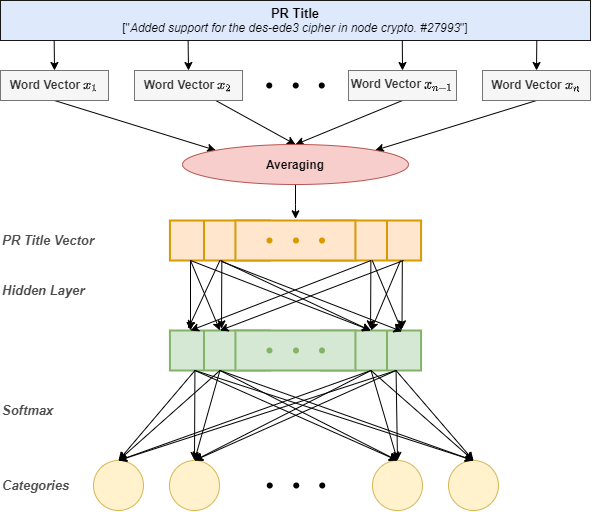
Earlier version of the draw.io export FastText.png (JasonZhu-WHU/Draw.io). Source tidied: cells renumbered, new cells last; positions are measured from the earlier drawing's top-left corner, leaving out a move shared by most shapes.
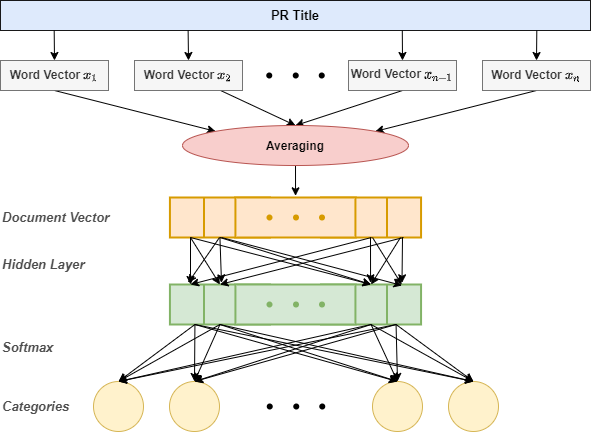
Above is the later version.

The edit, as a diff of the source:
```diff
@@ -2,8 +2,8 @@
   <root>
     <mxCell id="0" />
     <mxCell id="1" parent="0" />
-    <mxCell id="2" value="&lt;font style=&quot;font-size: 13px&quot;&gt;PR Title&lt;/font&gt;&lt;span style=&quot;font-weight: normal ; font-size: 5px&quot;&gt;&lt;font style=&quot;font-size: 5px&quot;&gt;&lt;br style=&quot;font-size: 5px&quot;&gt;&lt;span style=&quot;font-size: 5px&quot;&gt;[&quot;&lt;i&gt;Added support for the des-ede3 cipher in node crypto. #27993&lt;/i&gt;&quot;]&lt;/span&gt;&lt;/font&gt;&lt;/span&gt;" style="rounded=0;whiteSpace=wrap;html=1;opacity=90;fillColor=#dae8fc;fontSize=12;fontStyle=1;" parent="1" vertex="1">
-      <mxGeometry width="590" height="40" as="geometry" />
+    <mxCell id="2" value="&lt;font style=&quot;font-size: 13px&quot;&gt;PR Title&lt;/font&gt;" style="rounded=0;whiteSpace=wrap;html=1;opacity=90;fillColor=#dae8fc;fontSize=12;fontStyle=1;" parent="1" vertex="1">
+      <mxGeometry y="10" width="590" height="30" as="geometry" />
     </mxCell>
     <mxCell id="3" style="shape=waypoint;sketch=0;fillStyle=solid;size=6;fillColor=none;perimeter=centerPerimeter;" parent="1" vertex="1">
       <mxGeometry x="248.8" y="65" width="40" height="40" as="geometry" />
@@ -50,147 +50,148 @@
     <mxCell id="17" value="&lt;font style=&quot;font-size: 12px&quot;&gt;Word Vector&amp;nbsp;&lt;/font&gt;&lt;span style=&quot;color: rgb(0 , 0 , 0)&quot;&gt;`x_{n-1}`&lt;/span&gt;" style="rounded=0;whiteSpace=wrap;html=1;opacity=90;fillColor=#f5f5f5;fontSize=12;fontStyle=1;strokeColor=#666666;fontColor=#333333;" parent="1" vertex="1">
       <mxGeometry x="348" y="70" width="108" height="30" as="geometry" />
     </mxCell>
-    <mxCell id="18" style="edgeStyle=orthogonalEdgeStyle;rounded=0;jettySize=auto;html=1;entryX=0.501;entryY=-0.042;entryDx=0;entryDy=0;entryPerimeter=0;" parent="1" edge="1" source="19" target="22">
-      <mxGeometry relative="1" as="geometry" />
+    <mxCell id="18" style="edgeStyle=orthogonalEdgeStyle;rounded=0;jettySize=auto;html=1;entryX=0.501;entryY=-0.042;entryDx=0;entryDy=0;entryPerimeter=0;" parent="1" edge="1" target="22">
+      <mxGeometry relative="1" as="geometry">
+        <mxPoint x="295" y="173" as="sourcePoint" />
+      </mxGeometry>
     </mxCell>
     <mxCell id="19" value="&lt;b&gt;Averaging&lt;/b&gt;" style="ellipse;whiteSpace=wrap;html=1;fillColor=#f8cecc;strokeColor=#b85450;" parent="1" vertex="1">
-      <mxGeometry x="182" y="144" width="226" height="40" as="geometry" />
+      <mxGeometry x="182" y="135" width="226" height="40" as="geometry" />
     </mxCell>
     <mxCell id="20" style="strokeWidth=2;html=1;shape=mxgraph.lean_mapping.buffer_or_safety_stock;rotation=90;fillColor=#ffe6cc;strokeColor=#d79b00;" parent="1" vertex="1">
-      <mxGeometry x="350.6" y="190" width="40" height="100" as="geometry" />
+      <mxGeometry x="350.6" y="177" width="40" height="100" as="geometry" />
     </mxCell>
     <mxCell id="21" style="strokeWidth=2;html=1;shape=mxgraph.lean_mapping.buffer_or_safety_stock;rotation=90;fillColor=#ffe6cc;strokeColor=#d79b00;" parent="1" vertex="1">
-      <mxGeometry x="199.4" y="190" width="40" height="100" as="geometry" />
+      <mxGeometry x="199.4" y="177" width="40" height="100" as="geometry" />
     </mxCell>
     <mxCell id="22" style="verticalLabelPosition=bottom;verticalAlign=middle;html=1;shape=mxgraph.basic.rect;fillColor2=none;strokeWidth=2;size=20;indent=5;fontStyle=0;labelBackgroundColor=none;labelBorderColor=#000000;fillColor=#ffe6cc;strokeColor=#d79b00;" parent="1" vertex="1">
-      <mxGeometry x="234.9" y="220" width="120" height="40" as="geometry" />
+      <mxGeometry x="234.9" y="207" width="120" height="40" as="geometry" />
     </mxCell>
     <mxCell id="23" style="shape=waypoint;sketch=0;fillStyle=solid;size=6;fillColor=#ffe6cc;perimeter=centerPerimeter;strokeColor=#d79b00;" parent="1" vertex="1">
-      <mxGeometry x="249" y="220" width="40" height="40" as="geometry" />
+      <mxGeometry x="249" y="207" width="40" height="40" as="geometry" />
     </mxCell>
     <mxCell id="24" style="shape=waypoint;sketch=0;fillStyle=solid;size=6;fillColor=#ffe6cc;perimeter=centerPerimeter;strokeColor=#d79b00;" parent="1" vertex="1">
-      <mxGeometry x="275.5" y="220" width="40" height="40" as="geometry" />
+      <mxGeometry x="275.5" y="207" width="40" height="40" as="geometry" />
     </mxCell>
     <mxCell id="25" style="shape=waypoint;sketch=0;fillStyle=solid;size=6;fillColor=#ffe6cc;perimeter=centerPerimeter;strokeColor=#d79b00;" parent="1" vertex="1">
-      <mxGeometry x="301.5" y="220" width="40" height="40" as="geometry" />
+      <mxGeometry x="301.5" y="207" width="40" height="40" as="geometry" />
     </mxCell>
-    <mxCell id="26" value="&lt;font color=&quot;#4d4d4d&quot; style=&quot;font-size: 13px;&quot;&gt;&lt;span style=&quot;font-size: 13px;&quot;&gt;PR Title Vector&lt;/span&gt;&lt;/font&gt;" style="text;html=1;strokeColor=none;fillColor=none;align=left;verticalAlign=middle;whiteSpace=wrap;rounded=0;labelBackgroundColor=none;fontSize=13;fontFamily=Helvetica;fontStyle=3;strokeWidth=1;flipV=1;" parent="1" vertex="1">
-      <mxGeometry y="230" width="142" height="20" as="geometry" />
+    <mxCell id="26" value="&lt;font color=&quot;#4d4d4d&quot; style=&quot;font-size: 13px&quot;&gt;&lt;span style=&quot;font-size: 13px&quot;&gt;Document Vector&lt;/span&gt;&lt;/font&gt;" style="text;html=1;strokeColor=none;fillColor=none;align=left;verticalAlign=middle;whiteSpace=wrap;rounded=0;labelBackgroundColor=none;fontSize=13;fontFamily=Helvetica;fontStyle=3;strokeWidth=1;flipV=1;" parent="1" vertex="1">
+      <mxGeometry y="217" width="142" height="20" as="geometry" />
     </mxCell>
     <mxCell id="27" style="strokeWidth=2;html=1;shape=mxgraph.lean_mapping.buffer_or_safety_stock;rotation=90;fillColor=#d5e8d4;strokeColor=#82b366;" parent="1" vertex="1">
-      <mxGeometry x="350.6" y="300" width="40" height="100" as="geometry" />
+      <mxGeometry x="350.6" y="264" width="40" height="100" as="geometry" />
     </mxCell>
     <mxCell id="28" style="strokeWidth=2;html=1;shape=mxgraph.lean_mapping.buffer_or_safety_stock;rotation=90;fillColor=#d5e8d4;strokeColor=#82b366;" parent="1" vertex="1">
-      <mxGeometry x="199.4" y="300" width="40" height="100" as="geometry" />
+      <mxGeometry x="199.4" y="264" width="40" height="100" as="geometry" />
     </mxCell>
     <mxCell id="29" style="verticalLabelPosition=bottom;verticalAlign=middle;html=1;shape=mxgraph.basic.rect;fillColor2=none;strokeWidth=2;size=20;indent=5;fontStyle=0;labelBackgroundColor=none;labelBorderColor=#000000;fillColor=#d5e8d4;strokeColor=#82b366;" parent="1" vertex="1">
-      <mxGeometry x="234.9" y="330" width="120" height="40" as="geometry" />
+      <mxGeometry x="234.9" y="294" width="120" height="40" as="geometry" />
     </mxCell>
     <mxCell id="30" style="shape=waypoint;sketch=0;fillStyle=solid;size=6;fillColor=#d5e8d4;perimeter=centerPerimeter;strokeColor=#82b366;" parent="1" vertex="1">
-      <mxGeometry x="249" y="330" width="40" height="40" as="geometry" />
+      <mxGeometry x="249" y="294" width="40" height="40" as="geometry" />
     </mxCell>
     <mxCell id="31" style="shape=waypoint;sketch=0;fillStyle=solid;size=6;fillColor=#d5e8d4;perimeter=centerPerimeter;strokeColor=#82b366;" parent="1" vertex="1">
-      <mxGeometry x="275.5" y="330" width="40" height="40" as="geometry" />
+      <mxGeometry x="275.5" y="294" width="40" height="40" as="geometry" />
     </mxCell>
     <mxCell id="32" style="shape=waypoint;sketch=0;fillStyle=solid;size=6;fillColor=#d5e8d4;perimeter=centerPerimeter;strokeColor=#82b366;" parent="1" vertex="1">
-      <mxGeometry x="301.5" y="330" width="40" height="40" as="geometry" />
+      <mxGeometry x="301.5" y="294" width="40" height="40" as="geometry" />
     </mxCell>
     <mxCell id="33" value="&lt;font color=&quot;#4d4d4d&quot; style=&quot;font-size: 13px;&quot;&gt;&lt;span style=&quot;font-size: 13px;&quot;&gt;Hidden Layer&lt;/span&gt;&lt;/font&gt;" style="text;html=1;strokeColor=none;fillColor=none;align=left;verticalAlign=middle;whiteSpace=wrap;rounded=0;labelBackgroundColor=none;fontSize=13;fontFamily=Helvetica;fontStyle=3;strokeWidth=1;flipV=1;" parent="1" vertex="1">
-      <mxGeometry y="280" width="142" height="20" as="geometry" />
+      <mxGeometry y="264" width="142" height="20" as="geometry" />
     </mxCell>
-    <mxCell id="34" style="endArrow=classic;html=1;fontFamily=Helvetica;fontSize=13;exitX=1.042;exitY=0.851;exitDx=0;exitDy=0;exitPerimeter=0;" parent="1" edge="1">
+    <mxCell id="34" style="endArrow=classic;html=1;fontFamily=Helvetica;fontSize=13;exitX=1;exitY=0.5;exitDx=0;exitDy=0;" parent="1" edge="1" source="21">
       <mxGeometry relative="1" as="geometry">
-        <mxPoint x="221.3" y="260" as="sourcePoint" />
-        <mxPoint x="221" y="328.3" as="targetPoint" />
+        <mxPoint x="221" y="292.3" as="targetPoint" />
       </mxGeometry>
     </mxCell>
-    <mxCell id="35" style="endArrow=classic;html=1;fontFamily=Helvetica;fontSize=13;exitX=1.042;exitY=0.851;exitDx=0;exitDy=0;exitPerimeter=0;" parent="1" edge="1">
+    <mxCell id="35" style="endArrow=classic;html=1;fontFamily=Helvetica;fontSize=13;" parent="1" edge="1">
       <mxGeometry relative="1" as="geometry">
-        <mxPoint x="370.4" y="260" as="sourcePoint" />
-        <mxPoint x="370.1" y="328.3" as="targetPoint" />
+        <mxPoint x="370" y="247" as="sourcePoint" />
+        <mxPoint x="370.1" y="292.3" as="targetPoint" />
       </mxGeometry>
     </mxCell>
     <mxCell id="36" style="endArrow=classic;html=1;fontFamily=Helvetica;fontSize=13;" parent="1" edge="1">
       <mxGeometry relative="1" as="geometry">
-        <mxPoint x="190" y="260" as="sourcePoint" />
-        <mxPoint x="190" y="330" as="targetPoint" />
+        <mxPoint x="190" y="247" as="sourcePoint" />
+        <mxPoint x="190" y="294" as="targetPoint" />
       </mxGeometry>
     </mxCell>
-    <mxCell id="37" style="endArrow=classic;html=1;fontFamily=Helvetica;fontSize=13;exitX=1.042;exitY=0.851;exitDx=0;exitDy=0;exitPerimeter=0;" parent="1" edge="1">
+    <mxCell id="37" style="endArrow=classic;html=1;fontFamily=Helvetica;fontSize=13;" parent="1" edge="1">
       <mxGeometry relative="1" as="geometry">
-        <mxPoint x="401.8" y="260" as="sourcePoint" />
-        <mxPoint x="401.5" y="328.3" as="targetPoint" />
+        <mxPoint x="402" y="247" as="sourcePoint" />
+        <mxPoint x="401.5" y="292.3" as="targetPoint" />
       </mxGeometry>
     </mxCell>
     <mxCell id="38" style="endArrow=classic;html=1;fontFamily=Helvetica;fontSize=13;entryX=0;entryY=0.5;entryDx=0;entryDy=0;" parent="1" edge="1" target="28">
       <mxGeometry relative="1" as="geometry">
-        <mxPoint x="190" y="260" as="sourcePoint" />
+        <mxPoint x="190" y="247" as="sourcePoint" />
       </mxGeometry>
     </mxCell>
     <mxCell id="39" style="endArrow=classic;html=1;fontFamily=Helvetica;fontSize=13;entryX=0;entryY=0.5;entryDx=0;entryDy=0;" parent="1" edge="1">
       <mxGeometry relative="1" as="geometry">
-        <mxPoint x="371.8" y="260" as="sourcePoint" />
-        <mxPoint x="401.2" y="330" as="targetPoint" />
+        <mxPoint x="372" y="247" as="sourcePoint" />
+        <mxPoint x="401.2" y="294" as="targetPoint" />
       </mxGeometry>
     </mxCell>
     <mxCell id="40" style="endArrow=classic;html=1;fontFamily=Helvetica;fontSize=13;entryX=0;entryY=0.5;entryDx=0;entryDy=0;" parent="1" edge="1" target="27">
       <mxGeometry relative="1" as="geometry">
-        <mxPoint x="190" y="260" as="sourcePoint" />
+        <mxPoint x="190" y="247" as="sourcePoint" />
       </mxGeometry>
     </mxCell>
     <mxCell id="41" style="endArrow=classic;html=1;fontFamily=Helvetica;fontSize=13;entryX=0;entryY=0.5;entryDx=0;entryDy=0;" parent="1" edge="1">
       <mxGeometry relative="1" as="geometry">
-        <mxPoint x="221" y="261" as="sourcePoint" />
-        <mxPoint x="401.6" y="331" as="targetPoint" />
+        <mxPoint x="221" y="247" as="sourcePoint" />
+        <mxPoint x="401.6" y="295" as="targetPoint" />
       </mxGeometry>
     </mxCell>
-    <mxCell id="42" style="endArrow=classic;html=1;fontFamily=Helvetica;fontSize=13;" parent="1" edge="1">
-      <mxGeometry relative="1" as="geometry">
-        <mxPoint x="220" y="260" as="sourcePoint" />
-        <mxPoint x="370" y="330" as="targetPoint" />
-      </mxGeometry>
+    <mxCell id="42" style="endArrow=classic;html=1;fontFamily=Helvetica;fontSize=13;exitX=1;exitY=0.5;exitDx=0;exitDy=0;entryX=0;entryY=0.5;entryDx=0;entryDy=0;" parent="1" edge="1" source="21" target="27">
+      <mxGeometry relative="1" as="geometry" />
     </mxCell>
     <mxCell id="43" style="endArrow=classic;html=1;fontFamily=Helvetica;fontSize=13;entryX=0;entryY=0.5;entryDx=0;entryDy=0;" parent="1" edge="1" target="28">
       <mxGeometry relative="1" as="geometry">
-        <mxPoint x="403" y="260" as="sourcePoint" />
+        <mxPoint x="403" y="247" as="sourcePoint" />
       </mxGeometry>
     </mxCell>
     <mxCell id="44" style="endArrow=classic;html=1;fontFamily=Helvetica;fontSize=13;entryX=0;entryY=0.5;entryDx=0;entryDy=0;" parent="1" edge="1" target="27">
       <mxGeometry relative="1" as="geometry">
-        <mxPoint x="400" y="260" as="sourcePoint" />
+        <mxPoint x="400" y="247" as="sourcePoint" />
       </mxGeometry>
     </mxCell>
     <mxCell id="45" style="ellipse;whiteSpace=wrap;html=1;labelBackgroundColor=none;fontFamily=Helvetica;fontSize=13;strokeColor=#d6b656;strokeWidth=1;verticalAlign=middle;fillColor=#fff2cc;" parent="1" vertex="1">
-      <mxGeometry x="93" y="460" width="50" height="50" as="geometry" />
+      <mxGeometry x="93" y="391" width="50" height="50" as="geometry" />
     </mxCell>
     <mxCell id="46" style="ellipse;whiteSpace=wrap;html=1;labelBackgroundColor=none;fontFamily=Helvetica;fontSize=13;strokeColor=#d6b656;strokeWidth=1;verticalAlign=middle;fillColor=#fff2cc;" parent="1" vertex="1">
-      <mxGeometry x="169" y="460" width="50" height="50" as="geometry" />
+      <mxGeometry x="169" y="391" width="50" height="50" as="geometry" />
     </mxCell>
     <mxCell id="47" style="shape=waypoint;sketch=0;fillStyle=solid;size=6;fillColor=none;perimeter=centerPerimeter;" parent="1" vertex="1">
-      <mxGeometry x="249.2" y="465" width="40" height="40" as="geometry" />
+      <mxGeometry x="249.2" y="396" width="40" height="40" as="geometry" />
     </mxCell>
     <mxCell id="48" style="shape=waypoint;sketch=0;fillStyle=solid;size=6;fillColor=none;perimeter=centerPerimeter;" parent="1" vertex="1">
-      <mxGeometry x="275.8" y="465" width="40" height="40" as="geometry" />
+      <mxGeometry x="275.8" y="396" width="40" height="40" as="geometry" />
     </mxCell>
     <mxCell id="49" style="shape=waypoint;sketch=0;fillStyle=solid;size=6;fillColor=none;perimeter=centerPerimeter;" parent="1" vertex="1">
-      <mxGeometry x="301.8" y="465" width="40" height="40" as="geometry" />
+      <mxGeometry x="301.8" y="396" width="40" height="40" as="geometry" />
     </mxCell>
     <mxCell id="50" style="ellipse;whiteSpace=wrap;html=1;labelBackgroundColor=none;fontFamily=Helvetica;fontSize=13;strokeColor=#d6b656;strokeWidth=1;verticalAlign=middle;fillColor=#fff2cc;" parent="1" vertex="1">
-      <mxGeometry x="372" y="460" width="50" height="50" as="geometry" />
+      <mxGeometry x="372" y="391" width="50" height="50" as="geometry" />
     </mxCell>
     <mxCell id="51" style="ellipse;whiteSpace=wrap;html=1;labelBackgroundColor=none;fontFamily=Helvetica;fontSize=13;strokeColor=#d6b656;strokeWidth=1;verticalAlign=middle;fillColor=#fff2cc;" parent="1" vertex="1">
-      <mxGeometry x="448" y="460" width="50" height="50" as="geometry" />
+      <mxGeometry x="448" y="391" width="50" height="50" as="geometry" />
     </mxCell>
     <mxCell id="52" value="&lt;font color=&quot;#4d4d4d&quot; style=&quot;font-size: 13px;&quot;&gt;&lt;span style=&quot;font-size: 13px;&quot;&gt;Categories&lt;/span&gt;&lt;/font&gt;" style="text;html=1;strokeColor=none;fillColor=none;align=left;verticalAlign=middle;whiteSpace=wrap;rounded=0;labelBackgroundColor=none;fontSize=13;fontFamily=Helvetica;fontStyle=3;strokeWidth=1;flipV=1;" parent="1" vertex="1">
-      <mxGeometry y="475" width="142" height="20" as="geometry" />
+      <mxGeometry y="406" width="142" height="20" as="geometry" />
     </mxCell>
-    <mxCell id="53" style="endArrow=classic;html=1;fontFamily=Helvetica;fontSize=13;exitX=1;exitY=0.5;exitDx=0;exitDy=0;" parent="1" edge="1" source="20">
+    <mxCell id="53" style="endArrow=classic;html=1;fontFamily=Helvetica;fontSize=13;" parent="1" edge="1">
       <mxGeometry relative="1" as="geometry">
-        <mxPoint x="190" y="330" as="targetPoint" />
+        <mxPoint x="371" y="247" as="sourcePoint" />
+        <mxPoint x="190" y="294" as="targetPoint" />
       </mxGeometry>
     </mxCell>
-    <mxCell id="54" style="endArrow=classic;html=1;fontFamily=Helvetica;fontSize=13;entryX=-0.042;entryY=0.818;entryDx=0;entryDy=0;exitX=1;exitY=0.5;exitDx=0;exitDy=0;entryPerimeter=0;" parent="1" edge="1" source="21" target="28">
-      <mxGeometry relative="1" as="geometry" />
+    <mxCell id="54" style="endArrow=classic;html=1;fontFamily=Helvetica;fontSize=13;entryX=-0.042;entryY=0.818;entryDx=0;entryDy=0;entryPerimeter=0;" parent="1" edge="1" target="28">
+      <mxGeometry relative="1" as="geometry">
+        <mxPoint x="219" y="247" as="sourcePoint" />
+      </mxGeometry>
     </mxCell>
     <mxCell id="55" style="endArrow=classic;html=1;fontFamily=Helvetica;fontSize=13;entryX=0.5;entryY=0;entryDx=0;entryDy=0;exitX=1;exitY=0.75;exitDx=0;exitDy=0;" parent="1" edge="1" source="28" target="45">
       <mxGeometry relative="1" as="geometry" />
@@ -241,7 +242,7 @@
       <mxGeometry relative="1" as="geometry" />
     </mxCell>
     <mxCell id="71" value="&lt;font color=&quot;#4d4d4d&quot; style=&quot;font-size: 13px&quot;&gt;&lt;span style=&quot;font-size: 13px&quot;&gt;Softmax&lt;/span&gt;&lt;/font&gt;" style="text;html=1;strokeColor=none;fillColor=none;align=left;verticalAlign=middle;whiteSpace=wrap;rounded=0;labelBackgroundColor=none;fontSize=13;fontFamily=Helvetica;fontStyle=3;strokeWidth=1;flipV=1;" parent="1" vertex="1">
-      <mxGeometry y="400" width="142" height="20" as="geometry" />
+      <mxGeometry y="347" width="142" height="20" as="geometry" />
     </mxCell>
   </root>
 </mxGraphModel>
```
